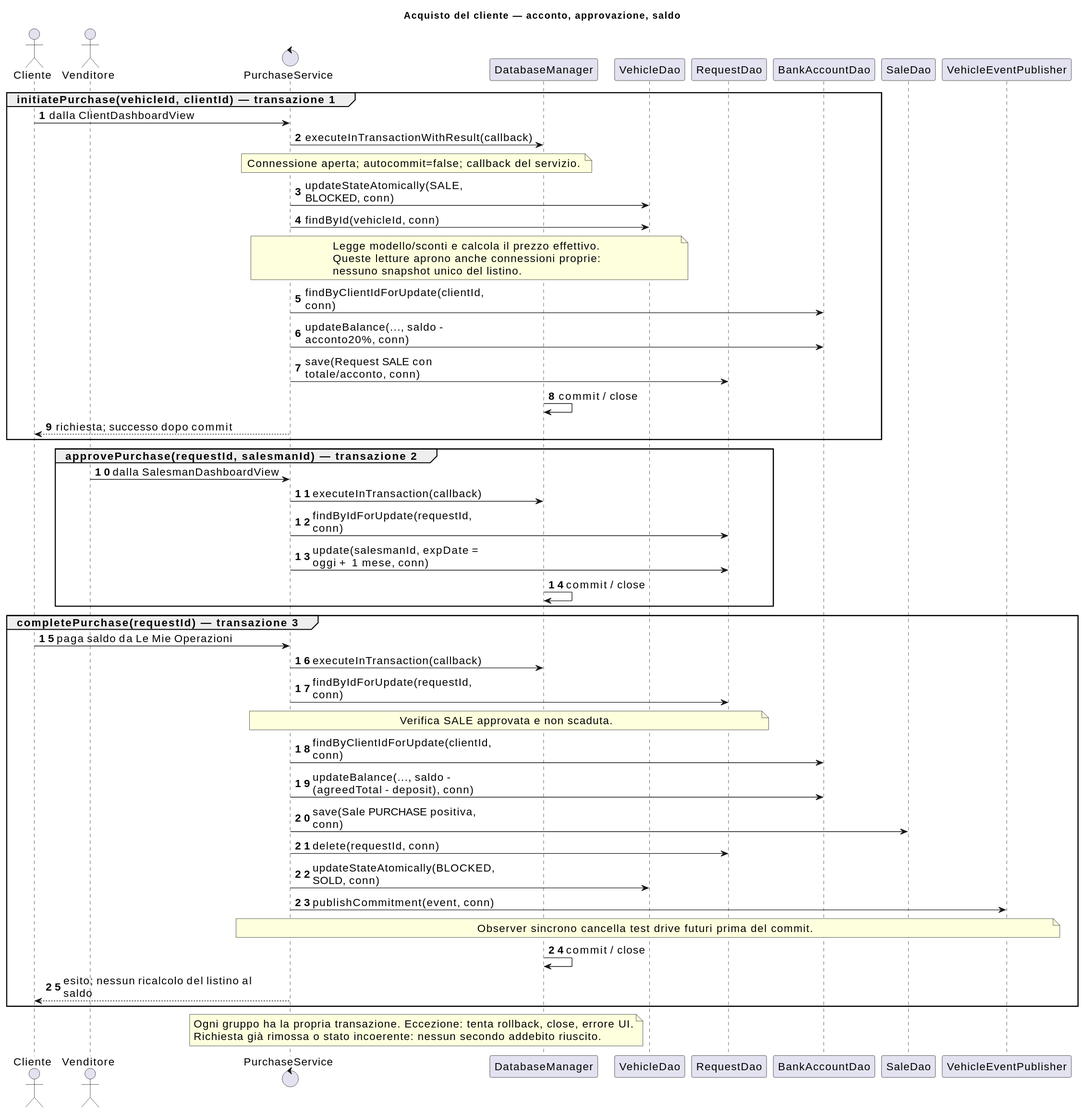
This is docs/diagrams/current/sequence-sale-payment.svg from fededamo/DriveHub, a PlantUML export, as it was before one commit.
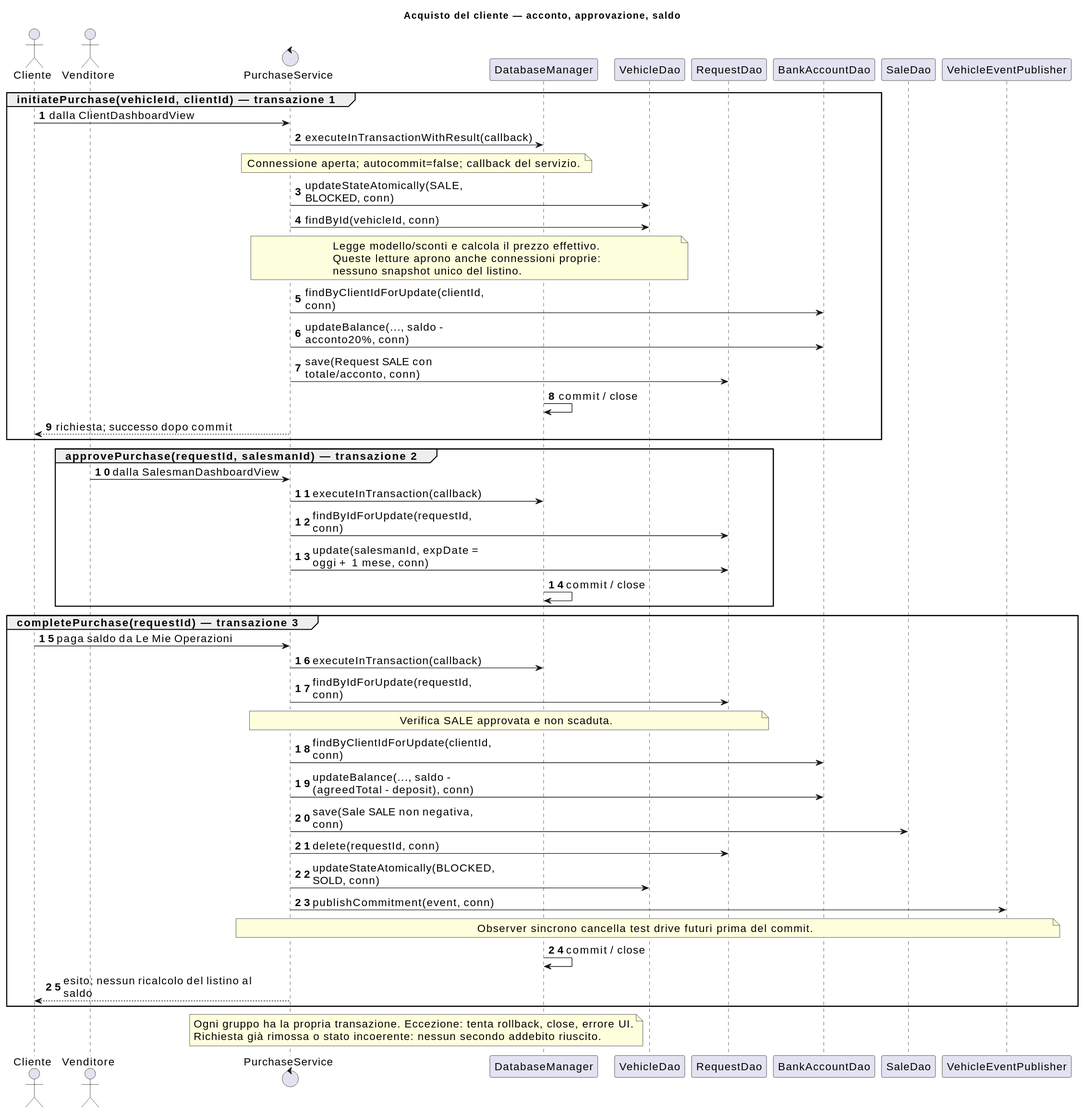
The same diagram one commit later.

Change to the diagram source:
```diff
@@ -44,7 +44,7 @@
 note over service,request : Verifica SALE approvata e non scaduta.
 service -> account : findByClientIdForUpdate(clientId, conn)
 service -> account : updateBalance(..., saldo - (agreedTotal - deposit), conn)
-service -> sale : save(Sale PURCHASE positiva, conn)
+service -> sale : save(Sale SALE non negativa, conn)
 service -> request : delete(requestId, conn)
 service -> vehicle : updateStateAtomically(BLOCKED, SOLD, conn)
 service -> publisher : publishCommitment(event, conn)
```
